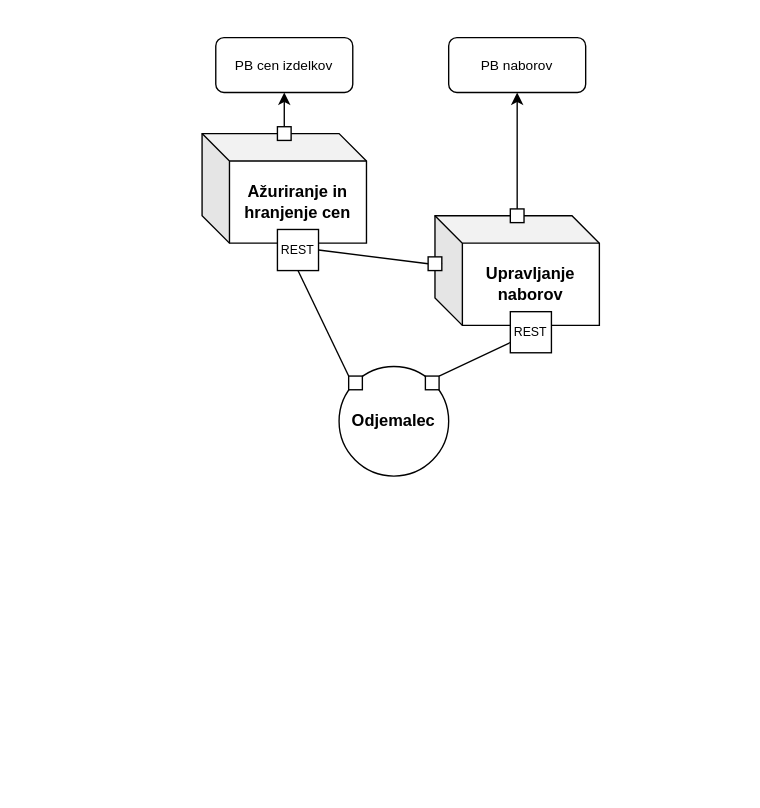
The draw.io diagram figures/Arhitekturni_diagram.drawio in mtn-rso-price-compare/docs, before the edit. Source tidied: cells renumbered, new cells numbered last; positions are measured from the earlier drawing's top-left corner, leaving out a move shared by most shapes. Both pictures are drawn from the tidied source at 137%, with x=0, y=0 at pixel (201, 37).
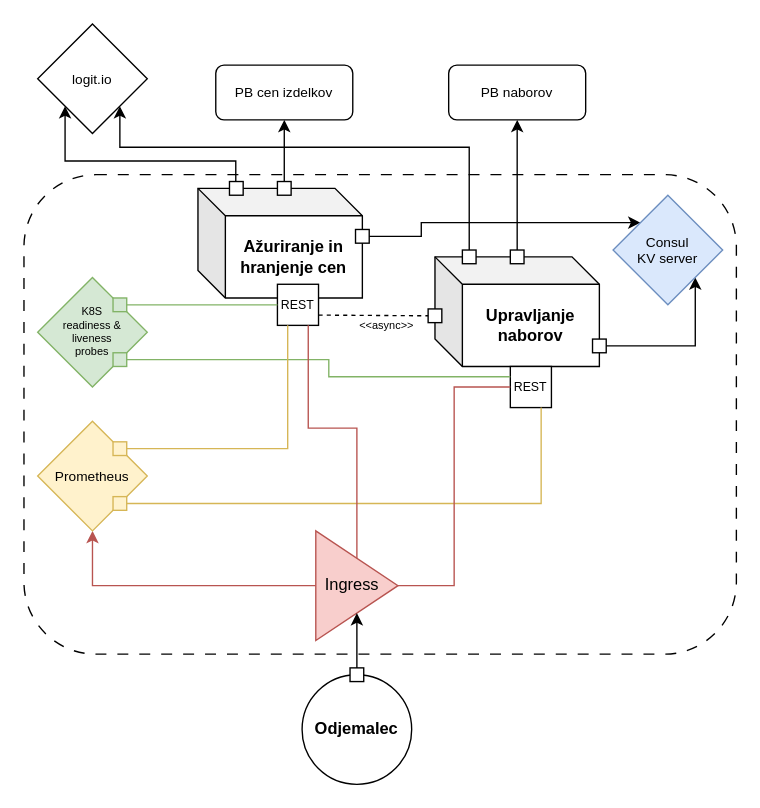
The same page after the edit.

What changed in the source:
```diff
@@
     <mxCell id="2" value="&lt;font size=&quot;1&quot;&gt;&lt;b style=&quot;font-size: 12px;&quot;&gt;Ažuriranje in hranjenje cen&lt;/b&gt;&lt;/font&gt;" style="shape=cube;whiteSpace=wrap;html=1;boundedLbl=1;backgroundOutline=1;darkOpacity=0.05;darkOpacity2=0.1;fontSize=10;" parent="1" vertex="1">
-      <mxGeometry y="70" width="120" height="80" as="geometry" />
+      <mxGeometry x="-3" y="110" width="120" height="80" as="geometry" />
     </mxCell>
     <mxCell id="3" value="&lt;b&gt;&lt;font style=&quot;font-size: 12px;&quot;&gt;Upravljanje naborov&lt;br&gt;&lt;/font&gt;&lt;/b&gt;" style="shape=cube;whiteSpace=wrap;html=1;boundedLbl=1;backgroundOutline=1;darkOpacity=0.05;darkOpacity2=0.1;fontSize=10;" parent="1" vertex="1">
-      <mxGeometry x="170" y="130" width="120" height="80" as="geometry" />
+      <mxGeometry x="170" y="160" width="120" height="80" as="geometry" />
     </mxCell>
     <mxCell id="4" value="REST" style="fontStyle=0;labelPosition=center;verticalLabelPosition=middle;align=center;verticalAlign=middle;spacingLeft=0;fontSize=9;spacing=31;" parent="1" vertex="1">
-      <mxGeometry x="55" y="140" width="30" height="30" as="geometry" />
+      <mxGeometry x="55" y="180" width="30" height="30" as="geometry" />
     </mxCell>
     <mxCell id="5" value="REST" style="fontStyle=0;labelPosition=center;verticalLabelPosition=middle;align=center;verticalAlign=middle;spacingLeft=0;fontSize=9;spacing=31;" parent="1" vertex="1">
-      <mxGeometry x="225" y="200" width="30" height="30" as="geometry" />
+      <mxGeometry x="225" y="240" width="30" height="30" as="geometry" />
     </mxCell>
     <mxCell id="6" value="PB cen izdelkov" style="rounded=1;whiteSpace=wrap;html=1;fontSize=10;" parent="1" vertex="1">
-      <mxGeometry x="10" width="100" height="40" as="geometry" />
+      <mxGeometry x="10" y="20" width="100" height="40" as="geometry" />
     </mxCell>
     <mxCell id="7" value="PB naborov" style="rounded=1;whiteSpace=wrap;html=1;fontSize=10;" parent="1" vertex="1">
-      <mxGeometry x="180" width="100" height="40" as="geometry" />
+      <mxGeometry x="180" y="20" width="100" height="40" as="geometry" />
     </mxCell>
     <mxCell id="8" value="&lt;b&gt;Odjemalec&lt;/b&gt;" style="ellipse;whiteSpace=wrap;html=1;" parent="1" vertex="1">
-      <mxGeometry x="100" y="240" width="80" height="80" as="geometry" />
+      <mxGeometry x="73" y="465" width="80" height="80" as="geometry" />
     </mxCell>
@@
-    <mxCell id="11" style="endArrow=none;html=1;rounded=0;exitX=1;exitY=0;exitDx=0;exitDy=0;entryX=0;entryY=0.75;entryDx=0;entryDy=0;startArrow=none;" parent="1" edge="1" source="18" target="5">
-      <mxGeometry relative="1" as="geometry" />
-    </mxCell>
-    <mxCell id="12" style="endArrow=none;html=1;rounded=0;exitX=1;exitY=0.5;exitDx=0;exitDy=0;entryX=0;entryY=0;entryDx=0;entryDy=30;entryPerimeter=0;startArrow=none;" parent="1" edge="1" source="15" target="3">
-      <mxGeometry relative="1" as="geometry" />
-    </mxCell>
     <mxCell id="13" style="rounded=0;whiteSpace=wrap;html=1;" parent="1" vertex="1">
-      <mxGeometry x="55" y="65" width="10" height="10" as="geometry" />
+      <mxGeometry x="55" y="105" width="10" height="10" as="geometry" />
     </mxCell>
     <mxCell id="14" style="rounded=0;whiteSpace=wrap;html=1;" parent="1" vertex="1">
-      <mxGeometry x="225" y="125" width="10" height="10" as="geometry" />
+      <mxGeometry x="225" y="155" width="10" height="10" as="geometry" />
     </mxCell>
     <mxCell id="15" style="rounded=0;whiteSpace=wrap;html=1;" parent="1" vertex="1">
-      <mxGeometry x="165" y="160" width="10" height="10" as="geometry" />
+      <mxGeometry x="165" y="198" width="10" height="10" as="geometry" />
     </mxCell>
-    <mxCell id="16" style="endArrow=none;html=1;rounded=0;exitX=1;exitY=0.5;exitDx=0;exitDy=0;entryX=0;entryY=0.5;entryDx=0;entryDy=0;" parent="1" edge="1" source="4" target="15">
+    <mxCell id="16" style="endArrow=none;html=1;rounded=0;exitX=1;exitY=0.75;exitDx=0;exitDy=0;entryX=0;entryY=0.5;entryDx=0;entryDy=0;dashed=1;" parent="1" edge="1" source="4" target="15">
       <mxGeometry relative="1" as="geometry" />
     </mxCell>
-    <mxCell id="17" style="endArrow=none;html=1;rounded=0;exitX=0.5;exitY=1;exitDx=0;exitDy=0;entryX=0;entryY=0;entryDx=0;entryDy=0;startArrow=none;" parent="1" edge="1" source="19" target="8">
-      <mxGeometry relative="1" as="geometry" />
-    </mxCell>
-    <mxCell id="18" style="rounded=0;whiteSpace=wrap;html=1;" parent="1" vertex="1">
-      <mxGeometry x="163" y="247" width="10" height="10" as="geometry" />
-    </mxCell>
     <mxCell id="19" style="rounded=0;whiteSpace=wrap;html=1;" parent="1" vertex="1">
-      <mxGeometry x="107" y="247" width="10" height="10" as="geometry" />
+      <mxGeometry x="108" y="460" width="10" height="10" as="geometry" />
     </mxCell>
-    <mxCell id="20" style="endArrow=none;html=1;rounded=0;exitX=0.5;exitY=1;exitDx=0;exitDy=0;entryX=0;entryY=0;entryDx=0;entryDy=0;" parent="1" edge="1" source="4" target="19">
-      <mxGeometry relative="1" as="geometry" />
-    </mxCell>
+    <mxCell id="21" value="&amp;lt;&amp;lt;async&amp;gt;&amp;gt;" style="text;html=1;strokeColor=none;fillColor=none;align=center;verticalAlign=middle;whiteSpace=wrap;rounded=0;fontSize=8;" parent="1" vertex="1">
+      <mxGeometry x="105" y="195" width="60" height="30" as="geometry" />
+    </mxCell>
+    <mxCell id="22" style="rounded=0;whiteSpace=wrap;html=1;" parent="1" vertex="1">
+      <mxGeometry x="112" y="140" width="10" height="10" as="geometry" />
+    </mxCell>
+    <mxCell id="23" style="rounded=0;whiteSpace=wrap;html=1;" parent="1" vertex="1">
+      <mxGeometry x="285" y="220" width="10" height="10" as="geometry" />
+    </mxCell>
+    <mxCell id="24" style="endArrow=classic;html=1;rounded=0;fontSize=12;exitX=1;exitY=0.5;exitDx=0;exitDy=0;edgeStyle=orthogonalEdgeStyle;entryX=0;entryY=0;entryDx=0;entryDy=0;" parent="1" edge="1" source="22" target="26">
+      <mxGeometry relative="1" as="geometry">
+        <Array as="points">
+          <mxPoint x="160" y="145" />
+          <mxPoint x="160" y="135" />
+        </Array>
+      </mxGeometry>
+    </mxCell>
+    <mxCell id="25" style="endArrow=classic;html=1;rounded=0;fontSize=12;exitX=1;exitY=0.5;exitDx=0;exitDy=0;edgeStyle=orthogonalEdgeStyle;entryX=1;entryY=1;entryDx=0;entryDy=0;" parent="1" edge="1" source="23" target="26">
+      <mxGeometry relative="1" as="geometry">
+        <Array as="points">
+          <mxPoint x="360" y="225" />
+        </Array>
+      </mxGeometry>
+    </mxCell>
+    <mxCell id="26" value="&lt;div style=&quot;font-size: 10px;&quot;&gt;&lt;font style=&quot;font-size: 10px;&quot;&gt;Consul&lt;/font&gt;&lt;/div&gt;&lt;div style=&quot;font-size: 10px;&quot;&gt;&lt;font style=&quot;font-size: 10px;&quot;&gt;KV server&lt;br style=&quot;font-size: 10px;&quot;&gt;&lt;/font&gt;&lt;/div&gt;" style="rhombus;whiteSpace=wrap;html=1;fontSize=10;fillColor=#dae8fc;strokeColor=#6c8ebf;" parent="1" vertex="1">
+      <mxGeometry x="300" y="115" width="80" height="80" as="geometry" />
+    </mxCell>
+    <mxCell id="27" style="edgeStyle=orthogonalEdgeStyle;rounded=0;jettySize=auto;html=1;strokeColor=#b85450;fontSize=12;endArrow=none;endFill=0;fillColor=#f8cecc;startArrow=classic;startFill=1;entryX=0;entryY=0.5;entryDx=0;entryDy=0;exitX=0.5;exitY=1;exitDx=0;exitDy=0;" parent="1" edge="1" source="29" target="39">
+      <mxGeometry relative="1" as="geometry" />
+    </mxCell>
+    <mxCell id="28" value="&lt;div style=&quot;font-size: 8px;&quot;&gt;&lt;font style=&quot;font-size: 8px;&quot;&gt;K8S&lt;/font&gt;&lt;/div&gt;&lt;div style=&quot;font-size: 8px;&quot;&gt;&lt;font style=&quot;font-size: 8px;&quot;&gt;readiness &amp;amp;&lt;/font&gt;&lt;/div&gt;&lt;div style=&quot;font-size: 8px;&quot;&gt;&lt;font style=&quot;font-size: 8px;&quot;&gt;liveness&lt;/font&gt;&lt;/div&gt;&lt;div style=&quot;font-size: 8px;&quot;&gt;&lt;font style=&quot;font-size: 8px;&quot;&gt;probes&lt;br style=&quot;font-size: 8px;&quot;&gt;&lt;/font&gt;&lt;/div&gt;" style="rhombus;whiteSpace=wrap;html=1;fontSize=10;fillColor=#d5e8d4;strokeColor=#82b366;" parent="1" vertex="1">
+      <mxGeometry x="-120" y="175" width="80" height="80" as="geometry" />
+    </mxCell>
+    <mxCell id="29" value="Prometheus" style="rhombus;whiteSpace=wrap;html=1;fontSize=10;fillColor=#fff2cc;strokeColor=#d6b656;" parent="1" vertex="1">
+      <mxGeometry x="-120" y="280" width="80" height="80" as="geometry" />
+    </mxCell>
+    <mxCell id="30" style="endArrow=none;html=1;rounded=0;strokeColor=#82b366;fontSize=12;edgeStyle=orthogonalEdgeStyle;endFill=0;entryX=0;entryY=0.5;entryDx=0;entryDy=0;exitX=1;exitY=0;exitDx=0;exitDy=0;startArrow=none;fillColor=#d5e8d4;" parent="1" edge="1" source="28" target="4">
+      <mxGeometry relative="1" as="geometry" />
+    </mxCell>
+    <mxCell id="31" style="endArrow=none;html=1;rounded=0;strokeColor=#82b366;fontSize=10;exitX=1;exitY=1;exitDx=0;exitDy=0;entryX=0;entryY=0.25;entryDx=0;entryDy=0;edgeStyle=orthogonalEdgeStyle;fillColor=#d5e8d4;" parent="1" edge="1" source="28" target="5">
+      <mxGeometry relative="1" as="geometry" />
+    </mxCell>
+    <mxCell id="32" style="rounded=0;whiteSpace=wrap;html=1;fillColor=#d5e8d4;strokeColor=#82b366;" parent="1" vertex="1">
+      <mxGeometry x="-65" y="230" width="10" height="10" as="geometry" />
+    </mxCell>
+    <mxCell id="33" style="endArrow=none;html=1;rounded=0;strokeColor=#000000;fontSize=12;edgeStyle=orthogonalEdgeStyle;endFill=0;entryX=0;entryY=0.5;entryDx=0;entryDy=0;exitX=1;exitY=0;exitDx=0;exitDy=0;" parent="1" edge="1" source="28" target="34">
+      <mxGeometry relative="1" as="geometry" />
+    </mxCell>
+    <mxCell id="34" style="rounded=0;whiteSpace=wrap;html=1;fillColor=#d5e8d4;strokeColor=#82b366;" parent="1" vertex="1">
+      <mxGeometry x="-65" y="190" width="10" height="10" as="geometry" />
+    </mxCell>
+    <mxCell id="35" style="endArrow=none;html=1;rounded=0;strokeColor=#d6b656;fontSize=10;exitX=1;exitY=1;exitDx=0;exitDy=0;entryX=0.75;entryY=1;entryDx=0;entryDy=0;edgeStyle=orthogonalEdgeStyle;fillColor=#fff2cc;" parent="1" edge="1" source="29" target="5">
+      <mxGeometry relative="1" as="geometry">
+        <Array as="points">
+          <mxPoint x="248" y="340" />
+        </Array>
+      </mxGeometry>
+    </mxCell>
+    <mxCell id="36" style="endArrow=none;html=1;rounded=0;strokeColor=#d6b656;fontSize=10;exitX=1;exitY=0;exitDx=0;exitDy=0;entryX=0.25;entryY=1;entryDx=0;entryDy=0;edgeStyle=orthogonalEdgeStyle;startArrow=none;fillColor=#fff2cc;" parent="1" edge="1" source="29" target="4">
+      <mxGeometry relative="1" as="geometry" />
+    </mxCell>
+    <mxCell id="37" style="rounded=0;whiteSpace=wrap;html=1;fillColor=#fff2cc;strokeColor=#d6b656;" parent="1" vertex="1">
+      <mxGeometry x="-65" y="295" width="10" height="10" as="geometry" />
+    </mxCell>
+    <mxCell id="38" style="rounded=0;whiteSpace=wrap;html=1;fillColor=#fff2cc;strokeColor=#d6b656;" parent="1" vertex="1">
+      <mxGeometry x="-65" y="335" width="10" height="10" as="geometry" />
+    </mxCell>
+    <mxCell id="39" value="&lt;div&gt;Ingress&amp;nbsp;&amp;nbsp; &lt;br&gt;&lt;/div&gt;" style="triangle;whiteSpace=wrap;html=1;fontSize=12;fillColor=#f8cecc;strokeColor=#b85450;" parent="1" vertex="1">
+      <mxGeometry x="83" y="360" width="60" height="80" as="geometry" />
+    </mxCell>
+    <mxCell id="40" style="edgeStyle=orthogonalEdgeStyle;rounded=0;jettySize=auto;html=1;strokeColor=#b85450;fontSize=12;endArrow=none;endFill=0;entryX=0.5;entryY=0;entryDx=0;entryDy=0;exitX=0.75;exitY=1;exitDx=0;exitDy=0;startArrow=none;startFill=0;fillColor=#f8cecc;" parent="1" edge="1" source="4" target="39">
+      <mxGeometry relative="1" as="geometry" />
+    </mxCell>
+    <mxCell id="41" style="edgeStyle=orthogonalEdgeStyle;rounded=0;jettySize=auto;html=1;strokeColor=#b85450;fontSize=12;endArrow=none;endFill=0;exitX=1;exitY=0.5;exitDx=0;exitDy=0;entryX=0;entryY=0.5;entryDx=0;entryDy=0;fillColor=#f8cecc;" parent="1" edge="1" source="39" target="5">
+      <mxGeometry relative="1" as="geometry" />
+    </mxCell>
+    <mxCell id="42" value="logit.io" style="rhombus;whiteSpace=wrap;html=1;fontSize=10;" parent="1" vertex="1">
+      <mxGeometry x="-120" y="-10" width="80" height="80" as="geometry" />
+    </mxCell>
+    <mxCell id="43" style="endArrow=classic;html=1;rounded=0;entryX=0;entryY=1;entryDx=0;entryDy=0;startArrow=none;exitX=0.5;exitY=0;exitDx=0;exitDy=0;edgeStyle=orthogonalEdgeStyle;" parent="1" edge="1" target="42">
+      <mxGeometry relative="1" as="geometry">
+        <mxPoint x="24.6" y="105" as="sourcePoint" />
+        <Array as="points">
+          <mxPoint x="25" y="90" />
+          <mxPoint x="-100" y="90" />
+        </Array>
+      </mxGeometry>
+    </mxCell>
+    <mxCell id="44" style="rounded=0;whiteSpace=wrap;html=1;" parent="1" vertex="1">
+      <mxGeometry x="20" y="105" width="10" height="10" as="geometry" />
+    </mxCell>
+    <mxCell id="45" style="rounded=0;whiteSpace=wrap;html=1;" parent="1" vertex="1">
+      <mxGeometry x="190" y="155" width="10" height="10" as="geometry" />
+    </mxCell>
+    <mxCell id="46" style="endArrow=classic;html=1;rounded=0;startArrow=none;exitX=0.5;exitY=0;exitDx=0;exitDy=0;edgeStyle=orthogonalEdgeStyle;entryX=1;entryY=1;entryDx=0;entryDy=0;" parent="1" edge="1" target="42">
+      <mxGeometry relative="1" as="geometry">
+        <mxPoint x="195" y="155" as="sourcePoint" />
+        <Array as="points">
+          <mxPoint x="195" y="80" />
+          <mxPoint x="-60" y="80" />
+        </Array>
+      </mxGeometry>
+    </mxCell>
+    <mxCell id="47" style="edgeStyle=orthogonalEdgeStyle;rounded=0;jettySize=auto;html=1;fontSize=12;endArrow=none;endFill=0;startArrow=classic;startFill=1;entryX=0.5;entryY=0;entryDx=0;entryDy=0;exitX=0.5;exitY=1;exitDx=0;exitDy=0;" parent="1" edge="1" source="39" target="19">
+      <mxGeometry relative="1" as="geometry" />
+    </mxCell>
+    <mxCell id="48" style="rounded=1;whiteSpace=wrap;html=1;dashed=1;dashPattern=8 8;fontSize=10;fillColor=none;" parent="1" vertex="1">
+      <mxGeometry x="-130" y="100" width="520" height="350" as="geometry" />
+    </mxCell>
```
